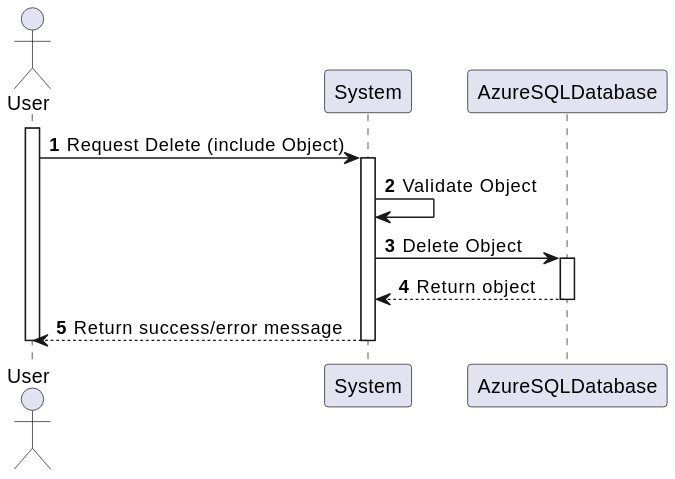
Before: docs/SprintC/SoftwareArchitecture/ComponentDiagrams/Level1/ProcessView/Delete/SSD-Delete.svg, a diagram exported from PlantUML (1221124/sem5pi-24-25-g031).
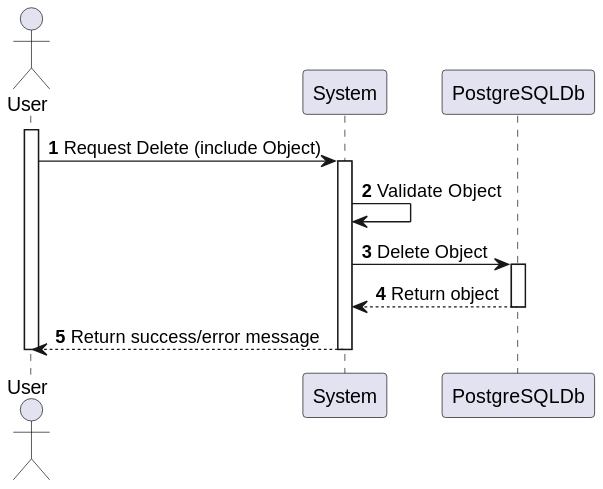
Above is the later version.

Change to the diagram source:
```diff
@@ -4,7 +4,7 @@
 
 actor User
 participant System
-participant AzureSQLDatabase
+participant PostgreSQLDb
 
 activate User
     User -> System : Request Delete (include Object)
@@ -12,11 +12,11 @@
 
         System -> System : Validate Object
 
-        System -> AzureSQLDatabase : Delete Object
-        activate AzureSQLDatabase
+        System -> PostgreSQLDb : Delete Object
+        activate PostgreSQLDb
 
-            AzureSQLDatabase --> System : Return object
-        deactivate AzureSQLDatabase
+            PostgreSQLDb --> System : Return object
+        deactivate PostgreSQLDb
 
         System --> User: Return success/error message
     deactivate System
```
